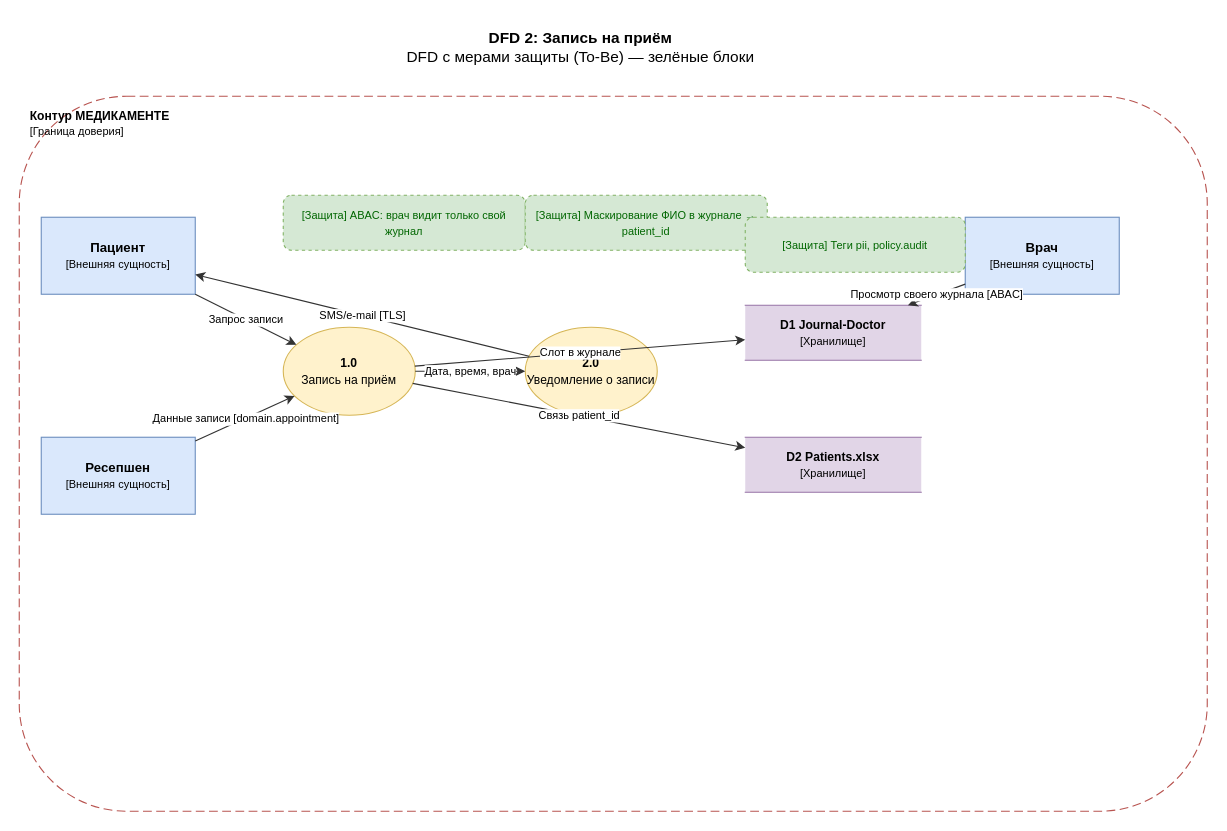
Earlier version of the draw.io diagram Task1/dfd-02-appointment-booking.drawio (AlexDmitriev/architecture-medikamente). Source tidied: cells renumbered, new cells numbered last; positions are measured from the earlier drawing's top-left corner, leaving out a move shared by most shapes. Both pictures are drawn from the tidied source at 110%, with x=0, y=0 at pixel (19, 19).
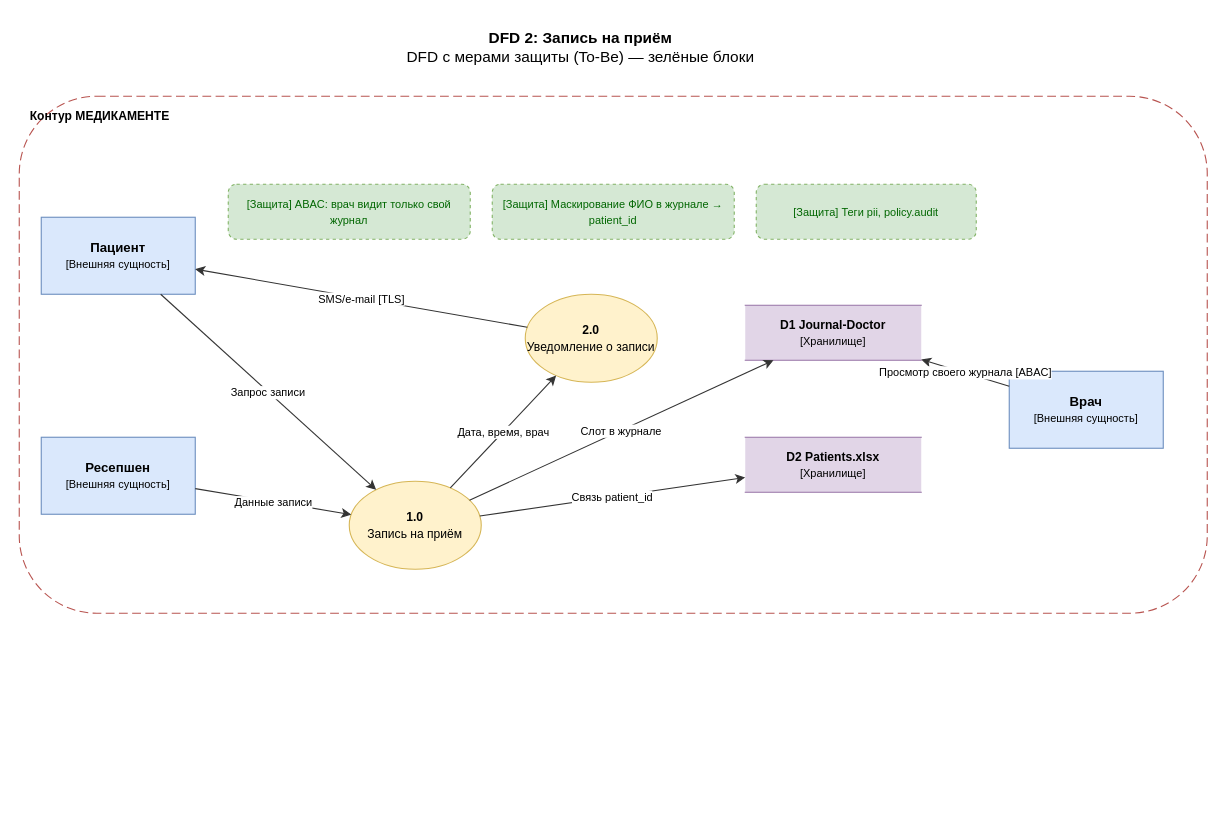
The same diagram, later.

The change refers to these unchanged cells:
```xml
<mxCell id="5" value="&lt;font style=&quot;font-size:12px&quot;&gt;&lt;b&gt;Ресепшен&lt;/b&gt;&lt;/font&gt;&lt;div&gt;&lt;font style=&quot;font-size:10px&quot;&gt;[Внешняя сущность]&lt;/font&gt;&lt;/div&gt;" style="rounded=0;whiteSpace=wrap;html=1;fillColor=#dae8fc;strokeColor=#6c8ebf;" parent="1" vertex="1">
  <mxGeometry x="20" y="380" width="140" height="70" as="geometry" />
</mxCell>
```

What changed in the source:
```diff
@@
-    <mxCell id="3" value="&lt;font style=&quot;font-size:11px&quot;&gt;&lt;b&gt;Контур МЕДИКАМЕНТЕ&lt;/b&gt;&lt;/font&gt;&lt;div&gt;&lt;font style=&quot;font-size:10px&quot;&gt;[Граница доверия]&lt;/font&gt;&lt;/div&gt;" style="rounded=1;whiteSpace=wrap;html=1;dashed=1;dashPattern=8 4;fillColor=none;strokeColor=#b85450;verticalAlign=top;align=left;spacingLeft=8;spacingTop=4;" parent="1" vertex="1">
-      <mxGeometry y="70" width="1080" height="650" as="geometry" />
+    <mxCell id="3" value="&lt;font style=&quot;font-size:11px&quot;&gt;&lt;b&gt;Контур МЕДИКАМЕНТЕ&lt;/b&gt;&lt;/font&gt;" style="rounded=1;whiteSpace=wrap;html=1;dashed=1;dashPattern=8 4;fillColor=none;strokeColor=#b85450;verticalAlign=top;align=left;spacingLeft=8;spacingTop=4;" parent="1" vertex="1">
+      <mxGeometry y="70" width="1080" height="470" as="geometry" />
     </mxCell>
@@
     <mxCell id="6" value="&lt;font style=&quot;font-size:12px&quot;&gt;&lt;b&gt;Врач&lt;/b&gt;&lt;/font&gt;&lt;div&gt;&lt;font style=&quot;font-size:10px&quot;&gt;[Внешняя сущность]&lt;/font&gt;&lt;/div&gt;" style="rounded=0;whiteSpace=wrap;html=1;fillColor=#dae8fc;strokeColor=#6c8ebf;" parent="1" vertex="1">
-      <mxGeometry x="860" y="180" width="140" height="70" as="geometry" />
+      <mxGeometry x="900" y="320" width="140" height="70" as="geometry" />
     </mxCell>
     <mxCell id="7" value="&lt;font style=&quot;font-size:11px&quot;&gt;&lt;b&gt;1.0&lt;/b&gt;&lt;/font&gt;&lt;div&gt;&lt;font style=&quot;font-size:11px&quot;&gt;Запись на приём&lt;/font&gt;&lt;/div&gt;" style="ellipse;whiteSpace=wrap;html=1;fillColor=#fff2cc;strokeColor=#d6b656;" parent="1" vertex="1">
-      <mxGeometry x="240" y="280" width="120" height="80" as="geometry" />
+      <mxGeometry x="300" y="420" width="120" height="80" as="geometry" />
     </mxCell>
     <mxCell id="8" value="&lt;font style=&quot;font-size:11px&quot;&gt;&lt;b&gt;2.0&lt;/b&gt;&lt;/font&gt;&lt;div&gt;&lt;font style=&quot;font-size:11px&quot;&gt;Уведомление о записи&lt;/font&gt;&lt;/div&gt;" style="ellipse;whiteSpace=wrap;html=1;fillColor=#fff2cc;strokeColor=#d6b656;" parent="1" vertex="1">
-      <mxGeometry x="460" y="280" width="120" height="80" as="geometry" />
+      <mxGeometry x="460" y="250" width="120" height="80" as="geometry" />
     </mxCell>
@@
-    <mxCell id="12" value="Данные записи [domain.appointment]" style="endArrow=classic;html=1;strokeColor=#333333;fontSize=10;" parent="1" edge="1" source="5" target="7">
+    <mxCell id="12" value="Данные записи" style="endArrow=classic;html=1;strokeColor=#333333;fontSize=10;" parent="1" edge="1" source="5" target="7">
       <mxGeometry relative="1" as="geometry" />
     </mxCell>
@@
     <mxCell id="18" value="&lt;font style=&quot;font-size:10px;color:#006600&quot;&gt;[Защита] ABAC: врач видит только свой журнал&lt;/font&gt;" style="rounded=1;whiteSpace=wrap;html=1;fillColor=#d5e8d4;strokeColor=#82b366;dashed=1;" parent="1" vertex="1">
-      <mxGeometry x="240" y="160" width="220" height="50" as="geometry" />
+      <mxGeometry x="190" y="150" width="220" height="50" as="geometry" />
     </mxCell>
     <mxCell id="19" value="&lt;font style=&quot;font-size:10px;color:#006600&quot;&gt;[Защита] Маскирование ФИО в журнале → patient_id&lt;/font&gt;" style="rounded=1;whiteSpace=wrap;html=1;fillColor=#d5e8d4;strokeColor=#82b366;dashed=1;" parent="1" vertex="1">
-      <mxGeometry x="460" y="160" width="220" height="50" as="geometry" />
+      <mxGeometry x="430" y="150" width="220" height="50" as="geometry" />
     </mxCell>
     <mxCell id="20" value="&lt;font style=&quot;font-size:10px;color:#006600&quot;&gt;[Защита] Теги pii, policy.audit&lt;/font&gt;" style="rounded=1;whiteSpace=wrap;html=1;fillColor=#d5e8d4;strokeColor=#82b366;dashed=1;" parent="1" vertex="1">
-      <mxGeometry x="660" y="180" width="200" height="50" as="geometry" />
+      <mxGeometry x="670" y="150" width="200" height="50" as="geometry" />
     </mxCell>
```
